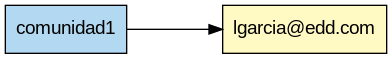
This is Root-Reportes/comunidades.png from vjr-velasquez/-EDD-1S2025_202100054, a Graphviz export, as it was before one commit. Its source is kept beside it as Root-Reportes/comunidades.dot. Its diagram source:
```dot
digraph Comunidades {
  rankdir=LR;
  graph [nodesep=0.6, ranksep=1.0, splines=ortho];
  node  [shape=box, style=filled, fontname="Arial"];

  C1 [label="comunidad1", fillcolor="#b3d9f2"];

  node [fillcolor="#fff9c4"];
  U_C1_1_lgarcia_edd_com [label="lgarcia@edd.com"];
  C1 -> U_C1_1_lgarcia_edd_com;

}
```
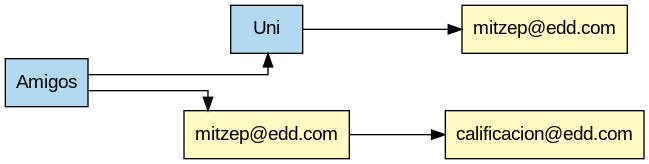
Above is the later version.

What changed in the source:
```diff
@@ -3,10 +3,17 @@
   graph [nodesep=0.6, ranksep=1.0, splines=ortho];
   node  [shape=box, style=filled, fontname="Arial"];
 
-  C1 [label="comunidad1", fillcolor="#b3d9f2"];
+  C2 [label="Amigos", fillcolor="#b3d9f2"];
+  C1 [label="Uni", fillcolor="#b3d9f2"];
+  C2 -> C1;
 
   node [fillcolor="#fff9c4"];
-  U_C1_1_lgarcia_edd_com [label="lgarcia@edd.com"];
-  C1 -> U_C1_1_lgarcia_edd_com;
+  U_C2_1_mitzep_edd_com [label="mitzep@edd.com"];
+  U_C2_2_calificacion_edd_com [label="calificacion@edd.com"];
+  U_C2_1_mitzep_edd_com -> U_C2_2_calificacion_edd_com;
+  C2 -> U_C2_1_mitzep_edd_com;
+
+  U_C1_1_mitzep_edd_com [label="mitzep@edd.com"];
+  C1 -> U_C1_1_mitzep_edd_com;
 
 }
```
